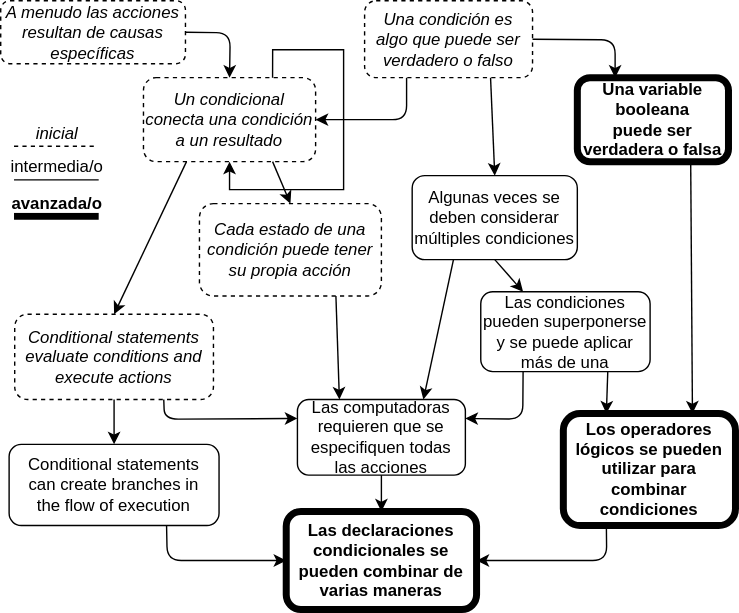
Above: es/drawio/conditionals.svg in gvwilson/teachtogether.tech (draw.io), before the change. Source tidied: cells renumbered, new cells last; positions are measured from the earlier drawing's top-left corner, leaving out a move shared by most shapes. Source of this version:
```xml
<mxGraphModel>
  <root>
    <mxCell id="0" />
    <mxCell id="1" parent="0" />
    <mxCell id="2" value="Una variable&lt;br&gt;booleana&lt;br&gt;puede ser&lt;br&gt;verdadera o falsa" style="rounded=1;whiteSpace=wrap;html=1;shadow=0;strokeWidth=5;fontStyle=1;fontSize=12;" parent="1" vertex="1">
      <mxGeometry x="412" y="55" width="108" height="60" as="geometry" />
    </mxCell>
    <mxCell id="3" value="Las condiciones&lt;br&gt;pueden superponerse&lt;br&gt;y se puede aplicar&lt;br&gt;más de una" style="rounded=1;whiteSpace=wrap;html=1;shadow=0;fontSize=12;" parent="1" vertex="1">
      <mxGeometry x="343" y="208" width="121" height="57" as="geometry" />
    </mxCell>
    <mxCell id="4" value="Los operadores&lt;br&gt;lógicos se pueden&lt;br&gt;utilizar para&lt;br&gt;combinar condiciones" style="rounded=1;whiteSpace=wrap;html=1;shadow=0;strokeWidth=5;fontStyle=1;fontSize=12;" parent="1" vertex="1">
      <mxGeometry x="402" y="295" width="123" height="80" as="geometry" />
    </mxCell>
    <mxCell id="5" value="Las declaraciones&lt;br&gt;condicionales se&lt;br&gt;pueden combinar de&lt;br&gt;varias maneras" style="rounded=1;whiteSpace=wrap;html=1;shadow=0;strokeWidth=5;fontStyle=1;fontSize=12;" parent="1" vertex="1">
      <mxGeometry x="204" y="365" width="136" height="70" as="geometry" />
    </mxCell>
    <mxCell id="6" value="Las computadoras&lt;br&gt;requieren que se&lt;br&gt;especifiquen todas&lt;br&gt;las acciones" style="rounded=1;whiteSpace=wrap;html=1;shadow=0;fontSize=12;" parent="1" vertex="1">
      <mxGeometry x="212" y="285" width="120" height="54" as="geometry" />
    </mxCell>
    <mxCell id="7" value="Algunas veces se&lt;br&gt;deben considerar&lt;br&gt;múltiples condiciones" style="rounded=1;whiteSpace=wrap;html=1;shadow=0;fontSize=12;" parent="1" vertex="1">
      <mxGeometry x="294" y="125" width="118" height="60" as="geometry" />
    </mxCell>
    <mxCell id="8" value="Una condición es algo que puede ser verdadero o falso" style="rounded=1;whiteSpace=wrap;html=1;shadow=0;dashed=1;fontStyle=2;fontSize=12;" parent="1" vertex="1">
      <mxGeometry x="260" width="120" height="55" as="geometry" />
    </mxCell>
    <mxCell id="9" value="A menudo las acciones&lt;br&gt;resultan de causas&lt;br&gt;específicas" style="rounded=1;whiteSpace=wrap;html=1;shadow=0;dashed=1;fontStyle=2;fontSize=12;" parent="1" vertex="1">
      <mxGeometry width="132" height="45" as="geometry" />
    </mxCell>
    <mxCell id="10" value="Un condicional&lt;br&gt;conecta una condición&lt;br&gt;a un resultado" style="rounded=1;whiteSpace=wrap;html=1;shadow=0;dashed=1;fontStyle=2;fontSize=12;" parent="1" vertex="1">
      <mxGeometry x="102" y="55" width="123" height="60" as="geometry" />
    </mxCell>
    <mxCell id="11" value="Cada estado de una&lt;br&gt;condición puede tener&lt;br&gt;su propia acción" style="rounded=1;whiteSpace=wrap;html=1;shadow=0;dashed=1;fontStyle=2;fontSize=12;" parent="1" vertex="1">
      <mxGeometry x="142" y="145" width="130" height="66" as="geometry" />
    </mxCell>
    <mxCell id="12" value="Conditional statements&lt;br style=&quot;font-size: 12px;&quot;&gt;can create branches in&lt;br style=&quot;font-size: 12px;&quot;&gt;the flow of execution" style="rounded=1;whiteSpace=wrap;html=1;shadow=0;fontSize=12;" parent="1" vertex="1">
      <mxGeometry x="6" y="317" width="150" height="58" as="geometry" />
    </mxCell>
    <mxCell id="13" value="Conditional statements&lt;br style=&quot;font-size: 12px&quot;&gt;evaluate conditions and&lt;br style=&quot;font-size: 12px&quot;&gt;execute actions" style="rounded=1;whiteSpace=wrap;html=1;shadow=0;dashed=1;fontStyle=2;fontSize=12;" parent="1" vertex="1">
      <mxGeometry x="10" y="224" width="142" height="61" as="geometry" />
    </mxCell>
    <mxCell id="14" style="endArrow=classic;html=1;shadow=0;exitX=0.25;exitY=1;entryX=1;entryY=0.5;fontSize=12;entryDx=0;entryDy=0;" parent="1" edge="1" source="8" target="10">
      <mxGeometry relative="1" as="geometry">
        <Array as="points">
          <mxPoint x="290" y="85" />
        </Array>
      </mxGeometry>
    </mxCell>
    <mxCell id="15" style="endArrow=classic;html=1;shadow=0;entryX=0.25;entryY=0;exitX=1;exitY=0.5;fontSize=12;" parent="1" edge="1" source="8" target="2">
      <mxGeometry relative="1" as="geometry">
        <Array as="points">
          <mxPoint x="439" y="28" />
        </Array>
      </mxGeometry>
    </mxCell>
    <mxCell id="16" style="endArrow=classic;html=1;shadow=0;entryX=0.5;entryY=0;exitX=0.75;exitY=1;fontSize=12;" parent="1" edge="1" source="8" target="7">
      <mxGeometry relative="1" as="geometry" />
    </mxCell>
    <mxCell id="17" style="endArrow=classic;html=1;shadow=0;exitX=0.75;exitY=1;exitDx=0;exitDy=0;entryX=0.5;entryY=0;entryDx=0;entryDy=0;fontSize=12;" parent="1" edge="1" source="10" target="11">
      <mxGeometry relative="1" as="geometry" />
    </mxCell>
    <mxCell id="18" style="endArrow=classic;html=1;shadow=0;exitX=0.25;exitY=1;entryX=0.5;entryY=0;entryDx=0;entryDy=0;exitDx=0;exitDy=0;fontSize=12;" parent="1" edge="1" source="10" target="13">
      <mxGeometry relative="1" as="geometry" />
    </mxCell>
    <mxCell id="19" style="endArrow=classic;html=1;shadow=0;entryX=0.75;entryY=0;entryDx=0;entryDy=0;exitX=0.75;exitY=1;exitDx=0;exitDy=0;fontSize=12;" parent="1" edge="1" source="2" target="4">
      <mxGeometry relative="1" as="geometry" />
    </mxCell>
    <mxCell id="20" style="endArrow=classic;html=1;shadow=0;entryX=0.25;entryY=0;exitX=0.5;exitY=1;entryDx=0;entryDy=0;exitDx=0;exitDy=0;fontSize=12;" parent="1" edge="1" source="7" target="3">
      <mxGeometry relative="1" as="geometry" />
    </mxCell>
    <mxCell id="21" style="endArrow=classic;html=1;shadow=0;entryX=0.75;entryY=0;entryDx=0;entryDy=0;exitX=0.25;exitY=1;exitDx=0;exitDy=0;fontSize=12;" parent="1" edge="1" source="7" target="6">
      <mxGeometry relative="1" as="geometry" />
    </mxCell>
    <mxCell id="22" style="endArrow=classic;html=1;shadow=0;entryX=0.25;entryY=0;exitX=0.75;exitY=1;entryDx=0;entryDy=0;exitDx=0;exitDy=0;fontSize=12;" parent="1" edge="1" source="11" target="6">
      <mxGeometry relative="1" as="geometry" />
    </mxCell>
    <mxCell id="23" style="endArrow=classic;html=1;shadow=0;entryX=1;entryY=0.5;exitX=0.25;exitY=1;exitDx=0;exitDy=0;fontSize=12;entryDx=0;entryDy=0;" parent="1" edge="1" source="4" target="5">
      <mxGeometry relative="1" as="geometry">
        <Array as="points">
          <mxPoint x="433" y="400" />
        </Array>
      </mxGeometry>
    </mxCell>
    <mxCell id="24" style="endArrow=classic;html=1;shadow=0;entryX=1;entryY=0.25;entryDx=0;entryDy=0;exitX=0.25;exitY=1;exitDx=0;exitDy=0;fontSize=12;" parent="1" edge="1" source="3" target="6">
      <mxGeometry relative="1" as="geometry">
        <Array as="points">
          <mxPoint x="373" y="299" />
        </Array>
      </mxGeometry>
    </mxCell>
    <mxCell id="25" style="endArrow=classic;html=1;shadow=0;entryX=0;entryY=0.25;entryDx=0;entryDy=0;exitX=0.75;exitY=1;exitDx=0;exitDy=0;fontSize=12;" parent="1" edge="1" source="13" target="6">
      <mxGeometry relative="1" as="geometry">
        <Array as="points">
          <mxPoint x="117" y="299" />
        </Array>
      </mxGeometry>
    </mxCell>
    <mxCell id="26" style="endArrow=classic;html=1;shadow=0;entryX=0.25;entryY=0;entryDx=0;entryDy=0;exitX=0.75;exitY=1;exitDx=0;exitDy=0;fontSize=12;" parent="1" edge="1" source="3" target="4">
      <mxGeometry relative="1" as="geometry" />
    </mxCell>
    <mxCell id="27" style="endArrow=classic;html=1;shadow=0;entryX=0;entryY=0.5;exitX=0.75;exitY=1;exitDx=0;exitDy=0;fontSize=12;entryDx=0;entryDy=0;" parent="1" edge="1" source="12" target="5">
      <mxGeometry relative="1" as="geometry">
        <Array as="points">
          <mxPoint x="119" y="400" />
        </Array>
      </mxGeometry>
    </mxCell>
    <mxCell id="28" style="endArrow=classic;html=1;shadow=0;entryX=0.5;entryY=0;entryDx=0;entryDy=0;fontSize=12;" parent="1" edge="1" source="13" target="12">
      <mxGeometry relative="1" as="geometry" />
    </mxCell>
    <mxCell id="29" style="endArrow=classic;html=1;shadow=0;entryX=0.5;entryY=0;exitX=0.5;exitY=1;exitDx=0;exitDy=0;fontSize=12;" parent="1" edge="1" source="6" target="5">
      <mxGeometry relative="1" as="geometry" />
    </mxCell>
    <mxCell id="30" value="&lt;i&gt;inicial&lt;/i&gt;" style="endArrow=none;html=1;shadow=0;labelPosition=center;verticalLabelPosition=top;align=center;verticalAlign=bottom;dashed=1;fontSize=12;" parent="1" edge="1">
      <mxGeometry relative="1" as="geometry">
        <mxPoint x="9.5" y="104" as="sourcePoint" />
        <mxPoint x="69.5" y="104" as="targetPoint" />
      </mxGeometry>
    </mxCell>
    <mxCell id="31" value="intermedia/o" style="endArrow=none;html=1;shadow=0;labelPosition=center;verticalLabelPosition=top;align=center;verticalAlign=bottom;fontSize=12;" parent="1" edge="1">
      <mxGeometry relative="1" as="geometry">
        <mxPoint x="9.5" y="128" as="sourcePoint" />
        <mxPoint x="70" y="128" as="targetPoint" />
      </mxGeometry>
    </mxCell>
    <mxCell id="32" value="&lt;b&gt;avanzada/o&lt;/b&gt;" style="endArrow=none;html=1;shadow=0;labelPosition=center;verticalLabelPosition=top;align=center;verticalAlign=bottom;strokeWidth=5;fontSize=12;" parent="1" edge="1">
      <mxGeometry relative="1" as="geometry">
        <mxPoint x="9.5" y="154" as="sourcePoint" />
        <mxPoint x="70" y="154" as="targetPoint" />
      </mxGeometry>
    </mxCell>
    <mxCell id="33" style="endArrow=classic;html=1;shadow=0;exitX=1;exitY=0.5;entryX=0.5;entryY=0;fontSize=12;entryDx=0;entryDy=0;exitDx=0;exitDy=0;" parent="1" edge="1" source="9" target="10">
      <mxGeometry relative="1" as="geometry">
        <Array as="points">
          <mxPoint x="164" y="23" />
        </Array>
      </mxGeometry>
    </mxCell>
    <mxCell id="34" style="edgeStyle=orthogonalEdgeStyle;rounded=0;orthogonalLoop=1;jettySize=auto;html=1;exitX=0.75;exitY=0;exitDx=0;exitDy=0;" parent="1" edge="1" source="10" target="10">
      <mxGeometry relative="1" as="geometry" />
    </mxCell>
  </root>
</mxGraphModel>
```
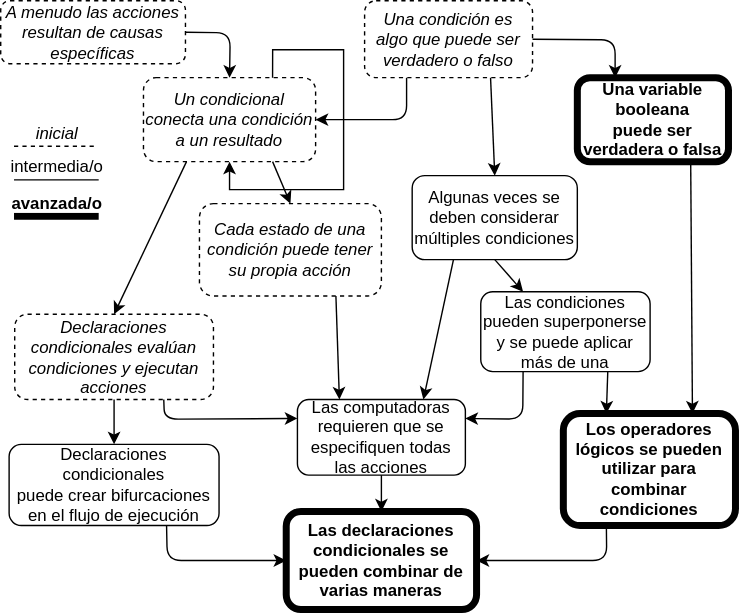
Above is the later version.

The edit, as a diff of the source:
```diff
@@ -32,10 +32,10 @@
     <mxCell id="11" value="Cada estado de una&lt;br&gt;condición puede tener&lt;br&gt;su propia acción" style="rounded=1;whiteSpace=wrap;html=1;shadow=0;dashed=1;fontStyle=2;fontSize=12;" parent="1" vertex="1">
       <mxGeometry x="142" y="145" width="130" height="66" as="geometry" />
     </mxCell>
-    <mxCell id="12" value="Conditional statements&lt;br style=&quot;font-size: 12px;&quot;&gt;can create branches in&lt;br style=&quot;font-size: 12px;&quot;&gt;the flow of execution" style="rounded=1;whiteSpace=wrap;html=1;shadow=0;fontSize=12;" parent="1" vertex="1">
+    <mxCell id="12" value="&lt;div&gt;Declaraciones condicionales&lt;/div&gt;&lt;div&gt;puede crear bifurcaciones en&amp;nbsp;&lt;span&gt;el flujo de ejecución&lt;/span&gt;&lt;/div&gt;" style="rounded=1;whiteSpace=wrap;html=1;shadow=0;fontSize=12;" parent="1" vertex="1">
       <mxGeometry x="6" y="317" width="150" height="58" as="geometry" />
     </mxCell>
-    <mxCell id="13" value="Conditional statements&lt;br style=&quot;font-size: 12px&quot;&gt;evaluate conditions and&lt;br style=&quot;font-size: 12px&quot;&gt;execute actions" style="rounded=1;whiteSpace=wrap;html=1;shadow=0;dashed=1;fontStyle=2;fontSize=12;" parent="1" vertex="1">
+    <mxCell id="13" value="Declaraciones condicionales evalúan condiciones y ejecutan acciones" style="rounded=1;whiteSpace=wrap;html=1;shadow=0;dashed=1;fontStyle=2;fontSize=12;" parent="1" vertex="1">
       <mxGeometry x="10" y="224" width="142" height="61" as="geometry" />
     </mxCell>
     <mxCell id="14" style="endArrow=classic;html=1;shadow=0;exitX=0.25;exitY=1;entryX=1;entryY=0.5;fontSize=12;entryDx=0;entryDy=0;" parent="1" edge="1" source="8" target="10">
```
